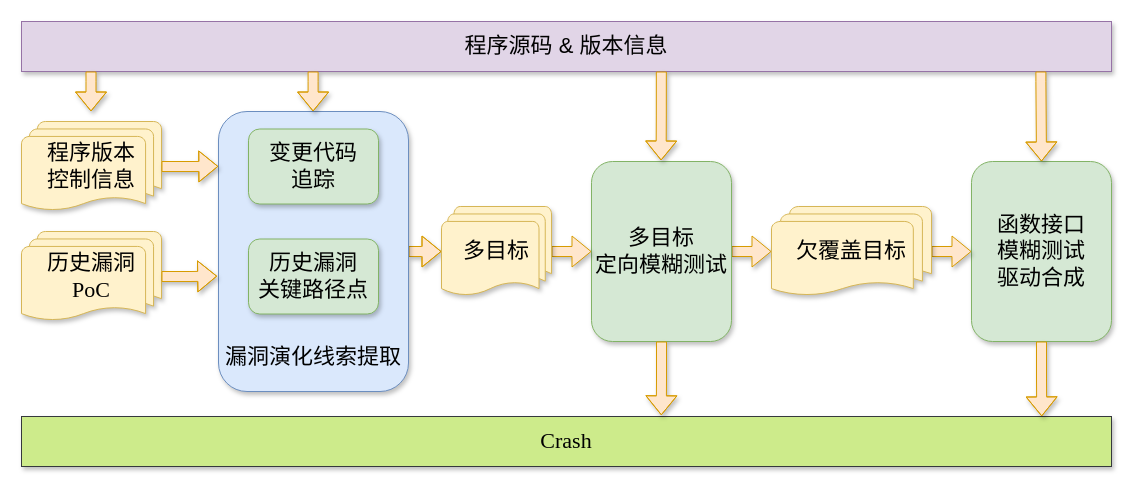
This is page "第 9 页" (9 of 16) of 未命名绘图.drawio from blu3sh0rk/Draw, a draw.io file, before an edit. Source tidied: cells renumbered, new cells numbered last; positions are measured from the earlier drawing's top-left corner, leaving out a move shared by most shapes. Both pictures are drawn from the tidied source at 100%, with x=0, y=0 at pixel (21, 21).
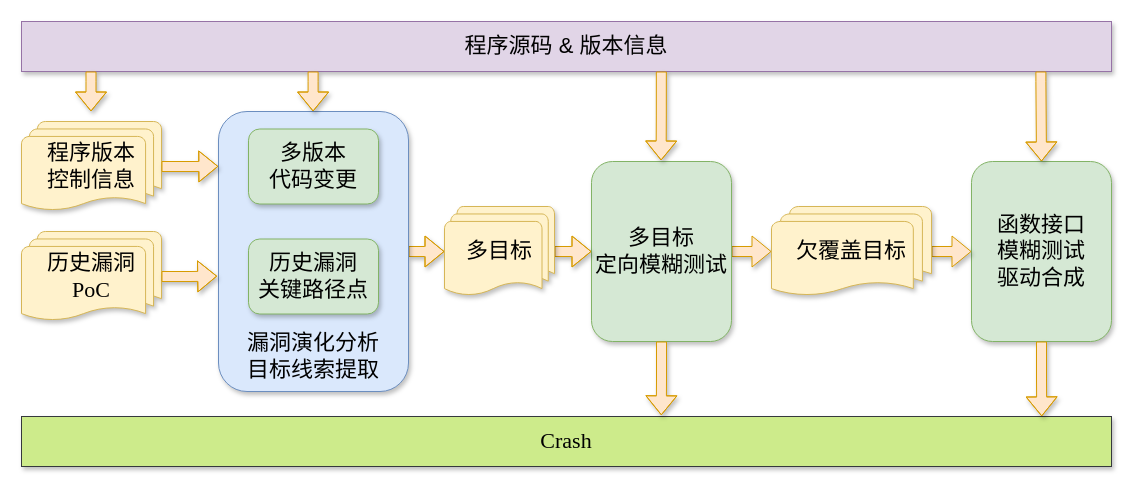
The same diagram, later.

What changed in the source:
```diff
@@
-    <mxCell id="3" value="&lt;div style=&quot;font-size: 22px;&quot;&gt;&lt;font style=&quot;font-size: 22px;&quot; face=&quot;黑体&quot;&gt;&lt;br style=&quot;font-size: 22px;&quot;&gt;&lt;/font&gt;&lt;/div&gt;&lt;div style=&quot;font-size: 22px;&quot;&gt;&lt;font style=&quot;font-size: 22px;&quot; face=&quot;HStuQIBac9UGt3GCU3LF&quot;&gt;&lt;br style=&quot;font-size: 22px;&quot;&gt;&lt;/font&gt;&lt;/div&gt;&lt;div style=&quot;font-size: 22px;&quot;&gt;&lt;font style=&quot;font-size: 22px;&quot; face=&quot;HStuQIBac9UGt3GCU3LF&quot;&gt;&lt;br style=&quot;font-size: 22px;&quot;&gt;&lt;/font&gt;&lt;/div&gt;&lt;div style=&quot;font-size: 22px;&quot;&gt;&lt;font style=&quot;font-size: 22px;&quot; face=&quot;HStuQIBac9UGt3GCU3LF&quot;&gt;&lt;br style=&quot;font-size: 22px;&quot;&gt;&lt;/font&gt;&lt;/div&gt;&lt;div style=&quot;font-size: 22px;&quot;&gt;&lt;font style=&quot;font-size: 22px;&quot; face=&quot;HStuQIBac9UGt3GCU3LF&quot;&gt;&lt;br style=&quot;font-size: 22px;&quot;&gt;&lt;/font&gt;&lt;/div&gt;&lt;div style=&quot;font-size: 22px;&quot;&gt;&lt;font style=&quot;font-size: 22px;&quot; face=&quot;HStuQIBac9UGt3GCU3LF&quot;&gt;&lt;br style=&quot;font-size: 22px;&quot;&gt;&lt;/font&gt;&lt;/div&gt;&lt;div style=&quot;font-size: 22px;&quot;&gt;&lt;font style=&quot;font-size: 22px;&quot; face=&quot;HStuQIBac9UGt3GCU3LF&quot;&gt;&lt;br style=&quot;font-size: 22px;&quot;&gt;&lt;/font&gt;&lt;/div&gt;&lt;div style=&quot;font-size: 22px;&quot;&gt;&lt;span style=&quot;background-color: initial; font-family: HStuQIBac9UGt3GCU3LF; font-size: 22px;&quot;&gt;&lt;br style=&quot;font-size: 22px;&quot;&gt;&lt;/span&gt;&lt;/div&gt;&lt;div style=&quot;font-size: 22px;&quot;&gt;&lt;span style=&quot;background-color: initial; font-family: HStuQIBac9UGt3GCU3LF; font-size: 22px;&quot;&gt;漏洞演化线索提取&lt;/span&gt;&lt;br style=&quot;font-size: 22px;&quot;&gt;&lt;/div&gt;" style="rounded=1;whiteSpace=wrap;html=1;fillColor=#dae8fc;strokeColor=#6c8ebf;shadow=1;fontSize=22;" parent="1" vertex="1">
+    <mxCell id="3" value="&lt;div style=&quot;font-size: 22px;&quot;&gt;&lt;br&gt;&lt;/div&gt;" style="rounded=1;whiteSpace=wrap;html=1;fillColor=#dae8fc;strokeColor=#6c8ebf;shadow=1;fontSize=22;" parent="1" vertex="1">
       <mxGeometry x="197" y="90" width="190" height="280" as="geometry" />
     </mxCell>
@@
-    <mxCell id="7" value="变更代码&lt;div&gt;追踪&lt;/div&gt;" style="rounded=1;whiteSpace=wrap;html=1;fontSize=22;shadow=1;fillColor=#d5e8d4;strokeColor=#82b366;" parent="1" vertex="1">
+    <mxCell id="7" value="多版本&lt;div&gt;代码变更&lt;/div&gt;" style="rounded=1;whiteSpace=wrap;html=1;fontSize=22;shadow=1;fillColor=#d5e8d4;strokeColor=#82b366;" parent="1" vertex="1">
       <mxGeometry x="227" y="107.5" width="130" height="75" as="geometry" />
     </mxCell>
@@
     <mxCell id="15" value="多目标" style="strokeWidth=1;html=1;shape=mxgraph.flowchart.multi-document;whiteSpace=wrap;fillColor=#fff2cc;strokeColor=#d6b656;fontSize=22;shadow=1;" parent="1" vertex="1">
-      <mxGeometry x="420" y="185" width="110" height="90" as="geometry" />
+      <mxGeometry x="423" y="185" width="110" height="90" as="geometry" />
     </mxCell>
@@
+    <mxCell id="25" value="&lt;div&gt;&lt;span style=&quot;background-color: initial; font-family: HStuQIBac9UGt3GCU3LF; font-size: 22px;&quot;&gt;漏洞演化分析&lt;/span&gt;&lt;br&gt;&lt;/div&gt;&lt;div&gt;&lt;div style=&quot;font-size: 22px;&quot;&gt;&lt;span style=&quot;background-color: initial; font-family: HStuQIBac9UGt3GCU3LF;&quot;&gt;目标线索提取&lt;/span&gt;&lt;/div&gt;&lt;/div&gt;" style="text;strokeColor=none;align=center;fillColor=none;html=1;verticalAlign=middle;whiteSpace=wrap;rounded=0;" parent="1" vertex="1">
+      <mxGeometry x="182" y="290" width="220" height="90" as="geometry" />
+    </mxCell>
```
